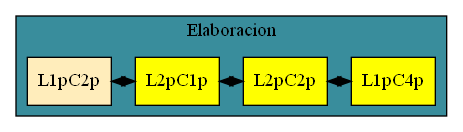
JosephMarroquin/IPC2_Proyecto2_202010316 keeps this Graphviz diagram as graphviz.png. Above is the earlier version. Its source is kept beside it as graphviz.dot.
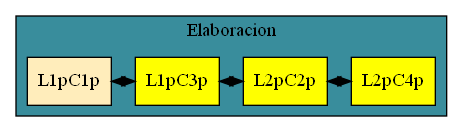
The same file after the commit.

What changed in the source:
```diff
@@ -4,16 +4,16 @@
     subgraph cluster_p{
         label="Elaboracion"
         bgcolor="#398D9C"
-        raiz[label=L1pC2p]
+        raiz[label=L1pC1p]
         edge[dir="both"]
 
-        Columna1[label=L2pC1p,group=1,fillcolor=yellow];
+        Columna1[label=L1pC3p,group=1,fillcolor=yellow];
 
 
         Columna2[label=L2pC2p,group=2,fillcolor=yellow];
 
 
-        Columna3[label=L1pC4p,group=3,fillcolor=yellow];
+        Columna3[label=L2pC4p,group=3,fillcolor=yellow];
 
 
             Columna1->Columna2
```
